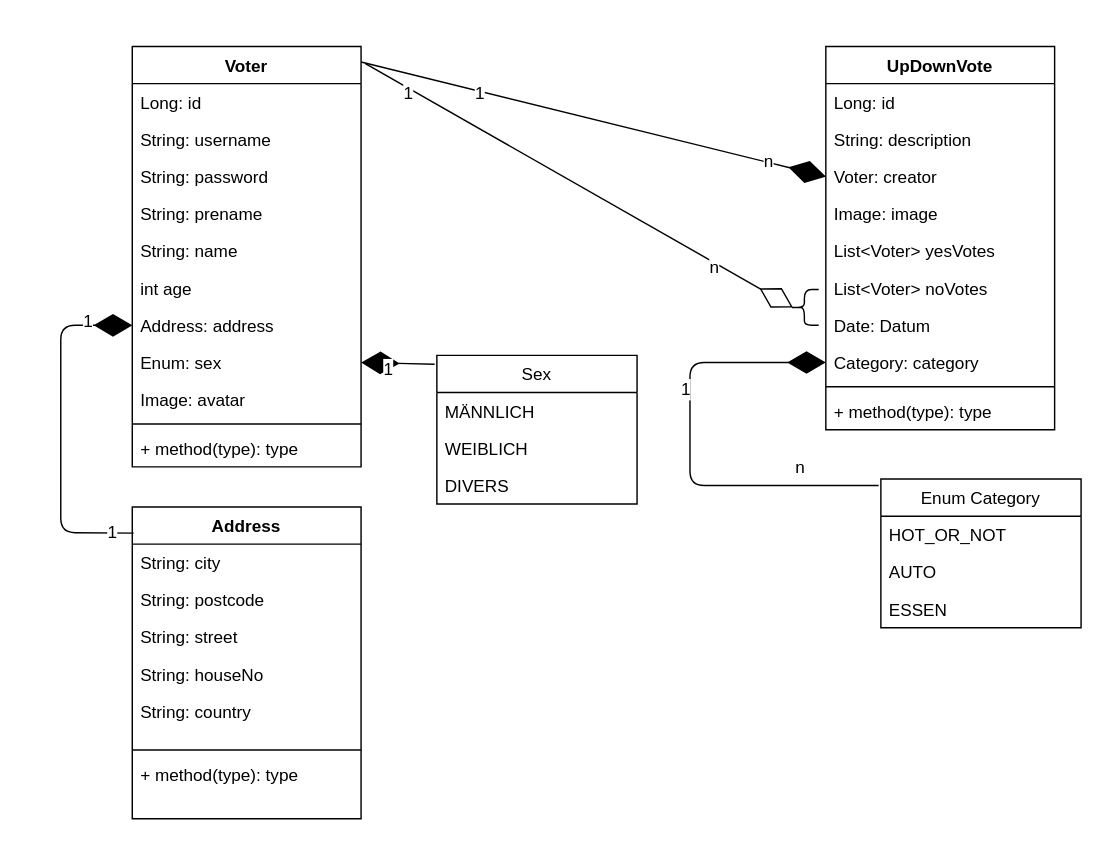
CodeWithFriendsKa/verteilte-systeme-vote-doku keeps this draw.io diagram as class-diagram.drawio. Above is the earlier version. Source tidied: cells renumbered, new cells numbered last; positions are measured from the earlier drawing's top-left corner, leaving out a move shared by most shapes. Both pictures are drawn from the tidied source at 143%, with x=0, y=0 at pixel (60, 46).
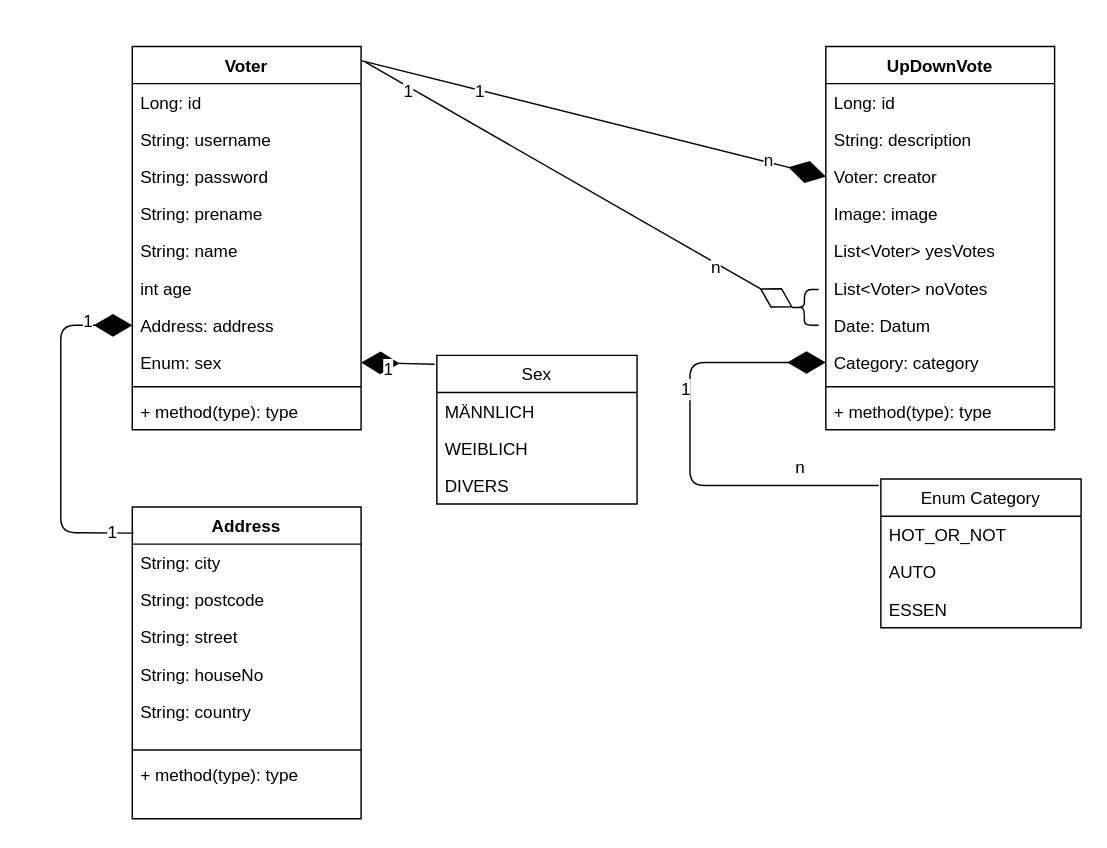
The same page after the edit.

Commit message:
Datentyp von Voter angepasst. Avatar raus genommen

Change to the diagram source:
```diff
@@
     <mxCell id="2" value="Voter&#10;" style="swimlane;fontStyle=1;align=center;verticalAlign=top;horizontal=1;startSize=26;" parent="1" vertex="1">
-      <mxGeometry x="50" width="160" height="294" as="geometry" />
+      <mxGeometry x="50" width="160" height="268" as="geometry" />
     </mxCell>
@@
-    <mxCell id="11" value="Image: avatar" style="text;strokeColor=none;fillColor=none;align=left;verticalAlign=top;spacingLeft=4;spacingRight=4;overflow=hidden;" parent="2" vertex="1">
-      <mxGeometry y="234" width="160" height="26" as="geometry" />
-    </mxCell>
     <mxCell id="12" style="line;strokeWidth=1;fillColor=none;align=left;verticalAlign=middle;spacingTop=-1;spacingLeft=3;spacingRight=3;labelPosition=right;" parent="2" vertex="1">
-      <mxGeometry y="260" width="160" height="8" as="geometry" />
+      <mxGeometry y="234" width="160" height="8" as="geometry" />
     </mxCell>
     <mxCell id="13" value="+ method(type): type" style="text;strokeColor=none;fillColor=none;align=left;verticalAlign=top;spacingLeft=4;spacingRight=4;overflow=hidden;" parent="2" vertex="1">
-      <mxGeometry y="268" width="160" height="26" as="geometry" />
+      <mxGeometry y="242" width="160" height="26" as="geometry" />
     </mxCell>
```
